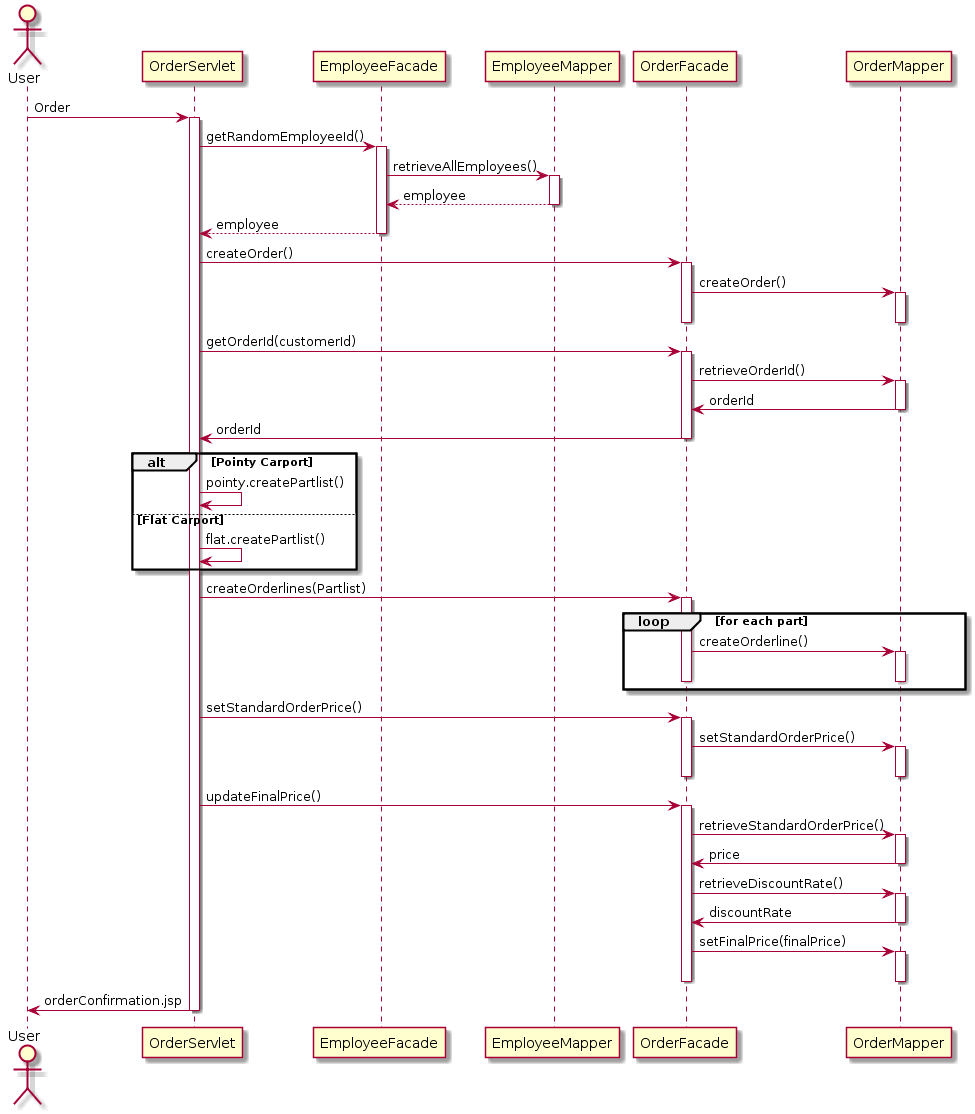
Earlier version of the PlantUML export createOrderSequenceDiagram.png (ThomasThimothee/FOG-Assignment-C1).
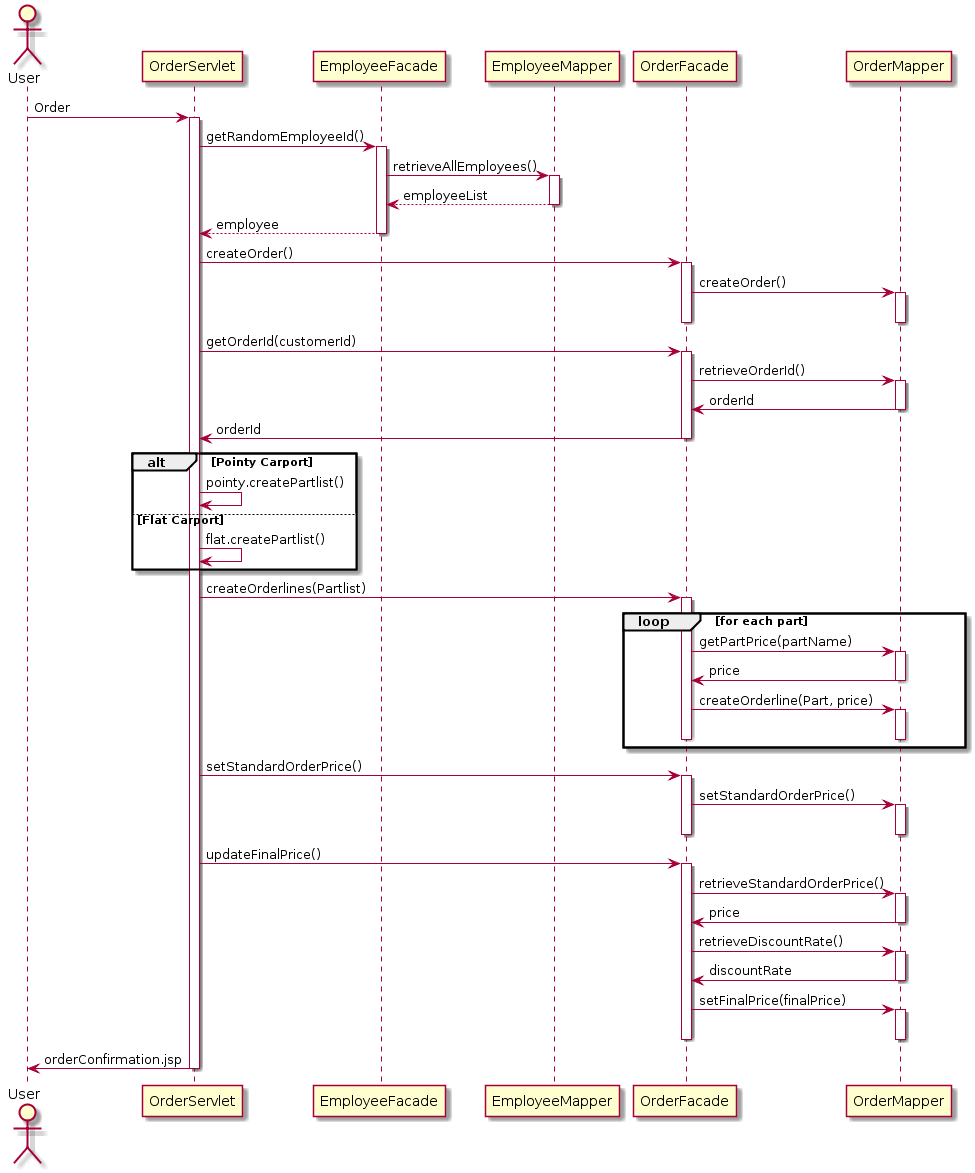
After the commit.

Diff of the diagram source:
```diff
@@ -9,7 +9,7 @@
 
 EmployeeFacade -> EmployeeMapper: retrieveAllEmployees()
 activate EmployeeMapper
-EmployeeMapper --> EmployeeFacade: employee
+EmployeeMapper --> EmployeeFacade: employeeList
 deactivate EmployeeMapper
 EmployeeFacade --> OrderServlet: employee
 deactivate EmployeeFacade
@@ -44,7 +44,11 @@
 activate OrderFacade
 
 loop for each part
-OrderFacade -> OrderMapper: createOrderline()
+OrderFacade -> OrderMapper: getPartPrice(partName)
+activate OrderMapper
+OrderMapper -> OrderFacade: price
+deactivate OrderMapper
+OrderFacade -> OrderMapper: createOrderline(Part, price)
 activate OrderMapper
 deactivate OrderMapper
 deactivate OrderFacade
```
